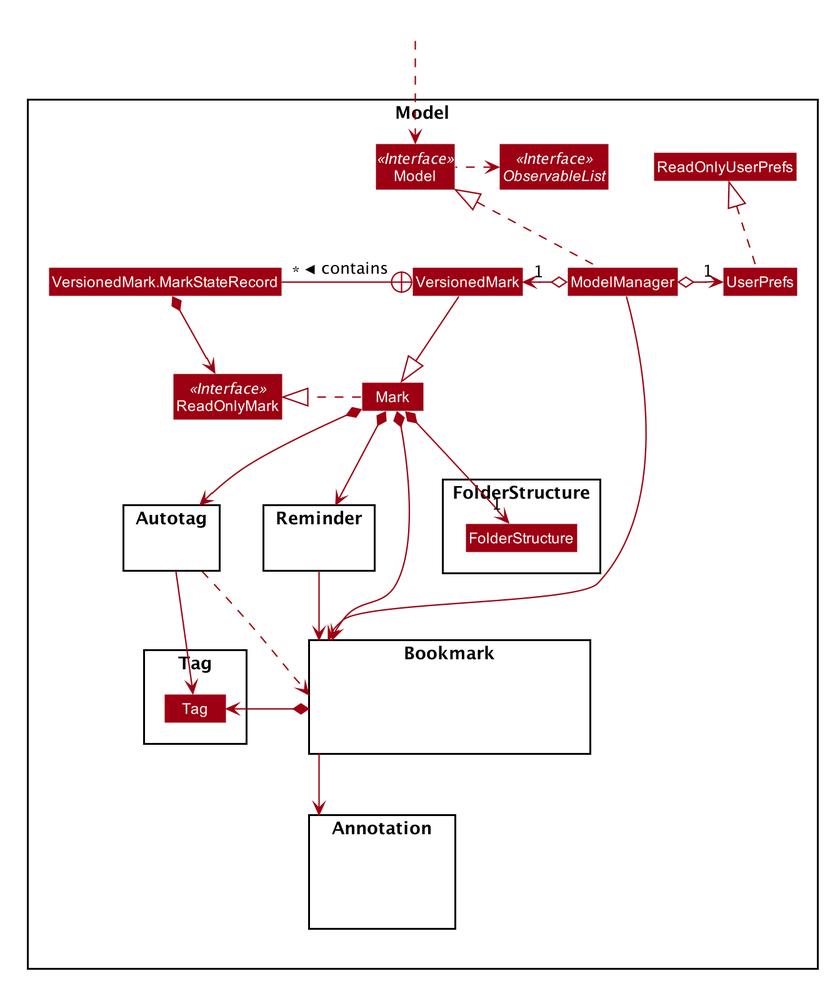
Earlier version of the PlantUML export docs/images/ModelClassDiagram.png (nus-cs2103-AY1920S1/addressbook-level3).
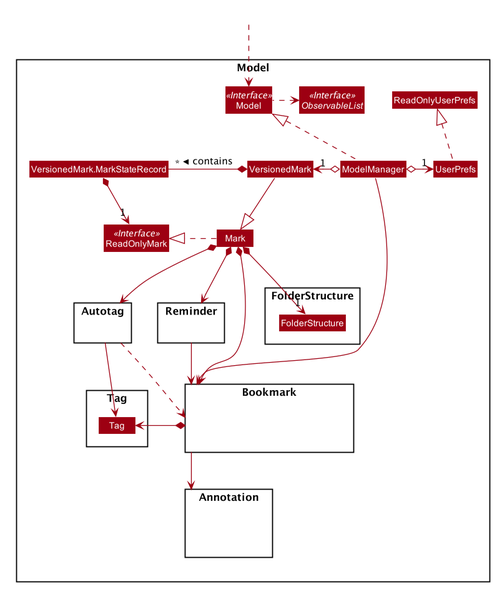
The same diagram one commit later.

Change to the diagram source:
```diff
@@ -101,8 +101,8 @@
 
 Mark .right.|> ReadOnlyMark
 VersionedMark -down-|> Mark
-VersionedMark +-left "*" VersionedMark.MarkStateRecord : contains >
-VersionedMark.MarkStateRecord *-down> ReadOnlyMark
+VersionedMark *-left "*" VersionedMark.MarkStateRecord : contains >
+VersionedMark.MarkStateRecord *-down> "1" ReadOnlyMark
 
 Mark *--> Bookmark
 Mark *-right-> "1" FolderStructure
```
